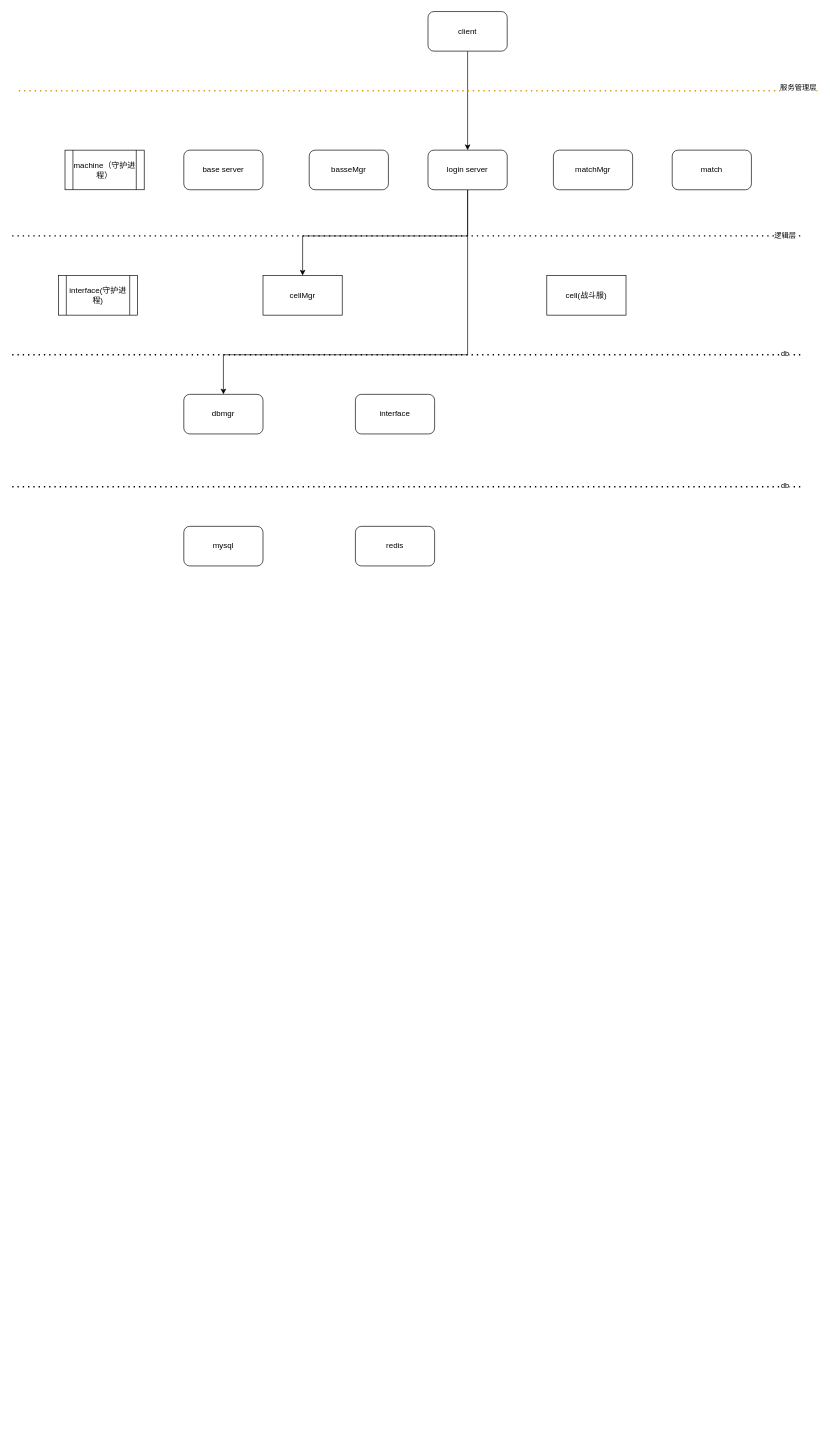
Above: images/kbengine.drawio in YuLingBo/c-_- (draw.io), before the change. Source tidied: cells renumbered, new cells numbered last; positions are measured from the earlier drawing's top-left corner, leaving out a move shared by most shapes. Both pictures are drawn from the tidied source at 66%, with x=0, y=0 at pixel (12, 11).
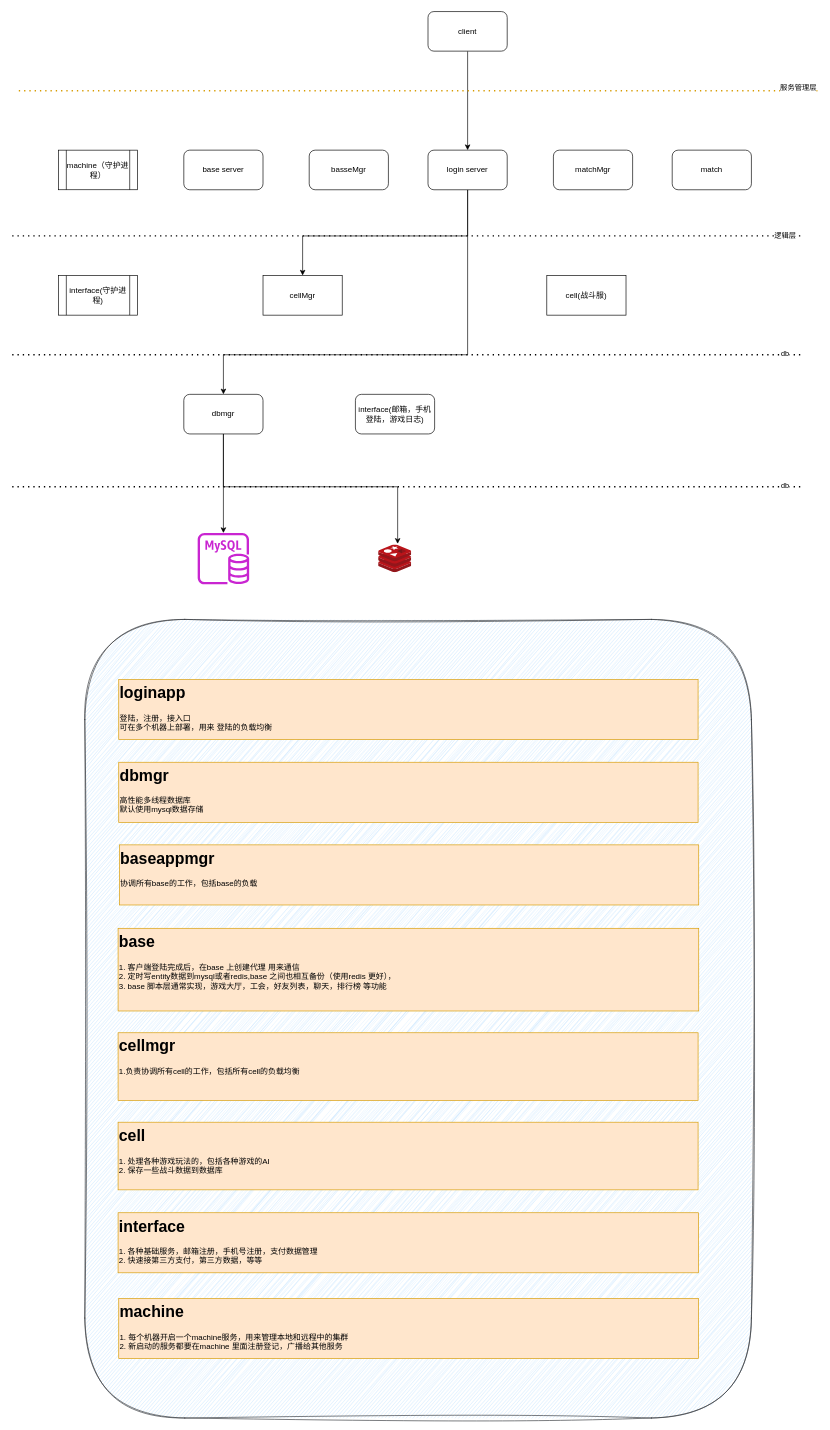
Above is the later version.

Commit message:
更新kbengine.drawio。每个服务的说明

Unchanged cells that the change refers to:
```xml
<mxCell id="21" value="dbmgr" style="rounded=1;whiteSpace=wrap;html=1;" parent="1" vertex="1">
  <mxGeometry x="260" y="580" width="120" height="60" as="geometry" />
</mxCell>
```

Change to the diagram source:
```diff
@@
     <mxCell id="17" value="machine（守护进程）" style="shape=process;whiteSpace=wrap;html=1;backgroundOutline=1;" parent="1" vertex="1">
-      <mxGeometry x="80" y="210" width="120" height="60" as="geometry" />
+      <mxGeometry x="70" y="210" width="120" height="60" as="geometry" />
     </mxCell>
@@
+    <mxCell id="27" style="edgeStyle=orthogonalEdgeStyle;rounded=0;jettySize=auto;html=1;" parent="1" edge="1" source="21" target="29">
+      <mxGeometry relative="1" as="geometry" />
+    </mxCell>
@@
-    <mxCell id="22" value="interface" style="rounded=1;whiteSpace=wrap;html=1;" parent="1" vertex="1">
+    <mxCell id="22" value="interface(邮箱，手机登陆，游戏日志)" style="rounded=1;whiteSpace=wrap;html=1;" parent="1" vertex="1">
       <mxGeometry x="520" y="580" width="120" height="60" as="geometry" />
     </mxCell>
@@
-    <mxCell id="25" value="mysql" style="rounded=1;whiteSpace=wrap;html=1;" parent="1" vertex="1">
-      <mxGeometry x="260" y="780" width="120" height="60" as="geometry" />
-    </mxCell>
-    <mxCell id="26" value="redis" style="rounded=1;whiteSpace=wrap;html=1;" parent="1" vertex="1">
-      <mxGeometry x="520" y="780" width="120" height="60" as="geometry" />
-    </mxCell>
+    <mxCell id="28" style="image;sketch=0;html=1;points=[];align=center;fontSize=12;image=img/lib/mscae/Cache_Redis_Product.svg;" parent="1" vertex="1">
+      <mxGeometry x="555" y="808" width="50" height="42" as="geometry" />
+    </mxCell>
+    <mxCell id="29" style="sketch=0;outlineConnect=0;fontColor=#232F3E;gradientColor=none;fillColor=#C925D1;strokeColor=none;dashed=0;verticalLabelPosition=bottom;verticalAlign=top;align=center;html=1;fontSize=12;fontStyle=0;shape=mxgraph.aws4.rds_mysql_instance;" parent="1" vertex="1">
+      <mxGeometry x="281" y="790" width="78" height="78" as="geometry" />
+    </mxCell>
+    <mxCell id="30" style="edgeStyle=orthogonalEdgeStyle;rounded=0;jettySize=auto;html=1;entryX=0.58;entryY=-0.036;entryDx=0;entryDy=0;entryPerimeter=0;" parent="1" edge="1" source="21" target="28">
+      <mxGeometry relative="1" as="geometry">
+        <Array as="points">
+          <mxPoint x="320" y="720" />
+          <mxPoint x="584" y="720" />
+        </Array>
+      </mxGeometry>
+    </mxCell>
+    <mxCell id="31" value="&lt;h1 style=&quot;margin-top: 0px;&quot;&gt;&lt;br&gt;&lt;/h1&gt;" style="text;html=1;whiteSpace=wrap;overflow=hidden;rounded=0;" parent="1" vertex="1">
+      <mxGeometry x="230" y="970" width="180" height="120" as="geometry" />
+    </mxCell>
+    <mxCell id="32" style="group;" parent="1" vertex="1">
+      <mxGeometry x="120" y="921" width="1000" height="1210" as="geometry" />
+    </mxCell>
+    <mxCell id="33" style="rounded=1;whiteSpace=wrap;html=1;fillColor=#cce5ff;strokeColor=#36393d;sketch=1;curveFitting=1;jiggle=2;" parent="32" vertex="1">
+      <mxGeometry x="-10" width="1010" height="1210" as="geometry" />
+    </mxCell>
+    <mxCell id="34" value="&lt;h1 style=&quot;margin-top: 0px;&quot;&gt;loginapp&lt;/h1&gt;&lt;div&gt;登陆，注册，接入口&lt;/div&gt;&lt;div&gt;可在多个机器上部署，用来 登陆的负载均衡&lt;/div&gt;" style="text;html=1;whiteSpace=wrap;overflow=hidden;rounded=0;fillColor=#ffe6cc;strokeColor=#d79b00;" parent="32" vertex="1">
+      <mxGeometry x="41.4" y="91.1" width="877.8" height="91.1" as="geometry" />
+    </mxCell>
+    <mxCell id="35" value="&lt;h1 style=&quot;margin-top: 0px;&quot;&gt;dbmgr&lt;/h1&gt;&lt;div&gt;高性能多线程数据库&lt;/div&gt;&lt;div&gt;默认使用mysql数据存储&lt;/div&gt;" style="text;html=1;whiteSpace=wrap;overflow=hidden;rounded=0;fillColor=#ffe6cc;strokeColor=#d79b00;" parent="32" vertex="1">
+      <mxGeometry x="41.4" y="216.4" width="877.8" height="91.1" as="geometry" />
+    </mxCell>
+    <mxCell id="36" value="&lt;h1 style=&quot;margin-top: 0px;&quot;&gt;baseappmgr&lt;/h1&gt;&lt;div&gt;协调所有base的工作，包括base的负载&lt;/div&gt;" style="text;html=1;whiteSpace=wrap;overflow=hidden;rounded=0;fillColor=#ffe6cc;strokeColor=#d79b00;" parent="32" vertex="1">
+      <mxGeometry x="42.4" y="341.6" width="877.8" height="91.1" as="geometry" />
+    </mxCell>
+    <mxCell id="37" value="&lt;h1 style=&quot;margin-top: 0px;&quot;&gt;base&lt;/h1&gt;&lt;div&gt;1. 客户端登陆完成后，在base 上创建代理 用来通信&lt;/div&gt;&lt;div&gt;2. 定时写entity数据到mysql或者redis,base 之间也相互备份（使用redis 更好），&lt;/div&gt;&lt;div&gt;3. base 脚本层通常实现，游戏大厅，工会，好友列表，聊天，排行榜 等功能&lt;/div&gt;" style="text;html=1;whiteSpace=wrap;overflow=hidden;rounded=0;fillColor=#ffe6cc;strokeColor=#d79b00;" parent="32" vertex="1">
+      <mxGeometry x="40.4" y="468" width="879.8" height="125.3" as="geometry" />
+    </mxCell>
+    <mxCell id="38" value="&lt;h1 style=&quot;margin-top: 0px;&quot;&gt;cellmgr&lt;/h1&gt;&lt;div&gt;1.负责协调所有cell的工作，包括所有cell的负载均衡&lt;/div&gt;" style="text;html=1;whiteSpace=wrap;overflow=hidden;rounded=0;fillColor=#ffe6cc;strokeColor=#d79b00;" parent="32" vertex="1">
+      <mxGeometry x="40.4" y="626.3" width="878.8" height="102.5" as="geometry" />
+    </mxCell>
+    <mxCell id="39" value="&lt;h1 style=&quot;margin-top: 0px;&quot;&gt;cell&lt;/h1&gt;&lt;h1 style=&quot;margin-top: 0px;&quot;&gt;&lt;div style=&quot;font-size: 12px; font-weight: 400;&quot;&gt;1. 处理各种游戏玩法的，包括各种游戏的AI&lt;/div&gt;&lt;div style=&quot;font-size: 12px; font-weight: 400;&quot;&gt;2. 保存一些战斗数据到数据库&lt;/div&gt;&lt;/h1&gt;" style="text;html=1;whiteSpace=wrap;overflow=hidden;rounded=0;fillColor=#ffe6cc;strokeColor=#d79b00;" parent="32" vertex="1">
+      <mxGeometry x="40.4" y="761.8" width="878.8" height="102.5" as="geometry" />
+    </mxCell>
+    <mxCell id="40" value="&lt;h1 style=&quot;margin-top: 0px;&quot;&gt;interface&lt;/h1&gt;&lt;div&gt;1. 各种基础服务，邮箱注册，手机号注册，支付数据管理&lt;/div&gt;&lt;div&gt;2. 快速接第三方支付，第三方数据，等等&lt;/div&gt;" style="text;html=1;whiteSpace=wrap;overflow=hidden;rounded=0;fillColor=#ffe6cc;strokeColor=#d79b00;" parent="32" vertex="1">
+      <mxGeometry x="40.4" y="899" width="879.6" height="91" as="geometry" />
+    </mxCell>
+    <mxCell id="41" value="&lt;h1 style=&quot;margin-top: 0px;&quot;&gt;machine&lt;/h1&gt;&lt;div&gt;1. 每个机器开启一个machine服务，用来管理本地和远程中的集群&lt;/div&gt;&lt;div&gt;2. 新启动的服务都要在machine 里面注册登记，广播给其他服务&lt;/div&gt;" style="text;html=1;whiteSpace=wrap;overflow=hidden;rounded=0;fillColor=#ffe6cc;strokeColor=#d79b00;" parent="32" vertex="1">
+      <mxGeometry x="41.4" y="1029" width="878.6" height="91" as="geometry" />
+    </mxCell>
```
